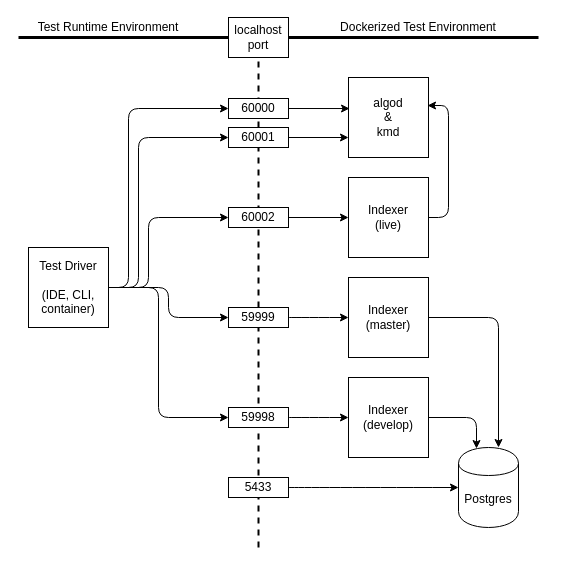
Above: docs/SDK Test Environment.drawio in algorand/algorand-sdk-testing (draw.io), before the change. Source tidied: cells renumbered, new cells numbered last; positions are measured from the earlier drawing's top-left corner, leaving out a move shared by most shapes. Both pictures are drawn from the tidied source at 100%, with x=0, y=0 at pixel (18, 17).
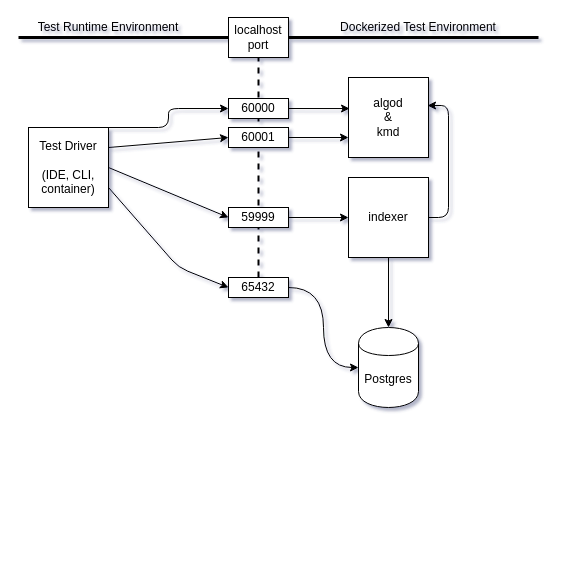
The same diagram, later.

The change refers to these unchanged cells:
```xml
<mxCell id="12" value="60001" style="rounded=0;whiteSpace=wrap;html=1;" parent="1" vertex="1">
  <mxGeometry x="210" y="110" width="60" height="20" as="geometry" />
</mxCell>
<mxCell id="14" value="60000" style="rounded=0;whiteSpace=wrap;html=1;" parent="1" vertex="1">
  <mxGeometry x="210" y="81" width="60" height="20" as="geometry" />
</mxCell>
```

Change to the diagram source:
```diff
@@
-<mxGraphModel>
+<mxGraphModel background="#ffffff" shadow="1">
@@
-    <mxCell id="4" style="endArrow=none;dashed=1;html=1;strokeWidth=2;" parent="1" edge="1">
+    <mxCell id="4" style="endArrow=none;dashed=1;html=1;strokeWidth=2;exitX=0.5;exitY=0;exitDx=0;exitDy=0;" parent="1" edge="1" source="20">
       <mxGeometry relative="1" as="geometry">
-        <mxPoint x="240" y="530" as="sourcePoint" />
         <mxPoint x="240" y="20" as="targetPoint" />
       </mxGeometry>
     </mxCell>
@@
     <mxCell id="6" value="Postgres" style="shape=cylinder;whiteSpace=wrap;html=1;boundedLbl=1;backgroundOutline=1;" parent="1" vertex="1">
-      <mxGeometry x="440" y="430" width="60" height="80" as="geometry" />
+      <mxGeometry x="340" y="310" width="60" height="80" as="geometry" />
     </mxCell>
-    <mxCell id="7" style="edgeStyle=orthogonalEdgeStyle;jettySize=auto;html=1;strokeWidth=1;rounded=1;" parent="1" edge="1" source="8" target="6">
-      <mxGeometry relative="1" as="geometry">
-        <Array as="points">
-          <mxPoint x="480" y="300" />
-        </Array>
-      </mxGeometry>
-    </mxCell>
-    <mxCell id="8" value="Indexer&lt;br&gt;(master)" style="whiteSpace=wrap;html=1;" parent="1" vertex="1">
-      <mxGeometry x="330" y="260" width="80" height="80" as="geometry" />
-    </mxCell>
-    <mxCell id="9" style="edgeStyle=orthogonalEdgeStyle;jettySize=auto;html=1;entryX=0.3;entryY=0.013;entryDx=0;entryDy=0;strokeWidth=1;entryPerimeter=0;rounded=1;" parent="1" edge="1" source="10" target="6">
-      <mxGeometry relative="1" as="geometry" />
-    </mxCell>
-    <mxCell id="10" value="Indexer&lt;br&gt;(develop)" style="whiteSpace=wrap;html=1;" parent="1" vertex="1">
-      <mxGeometry x="330" y="360" width="80" height="80" as="geometry" />
-    </mxCell>
@@
-    <mxCell id="15" style="edgeStyle=orthogonalEdgeStyle;curved=1;jettySize=auto;html=1;entryX=0;entryY=0.5;entryDx=0;entryDy=0;strokeWidth=1;" parent="1" edge="1" source="16" target="8">
-      <mxGeometry relative="1" as="geometry" />
-    </mxCell>
-    <mxCell id="16" value="59999" style="rounded=0;whiteSpace=wrap;html=1;" parent="1" vertex="1">
-      <mxGeometry x="210" y="290" width="60" height="20" as="geometry" />
-    </mxCell>
-    <mxCell id="17" style="edgeStyle=orthogonalEdgeStyle;curved=1;jettySize=auto;html=1;entryX=0;entryY=0.5;entryDx=0;entryDy=0;strokeWidth=1;" parent="1" edge="1" source="18" target="10">
-      <mxGeometry relative="1" as="geometry" />
-    </mxCell>
-    <mxCell id="18" value="59998" style="rounded=0;whiteSpace=wrap;html=1;" parent="1" vertex="1">
-      <mxGeometry x="210" y="390" width="60" height="20" as="geometry" />
-    </mxCell>
@@
-    <mxCell id="20" value="5433" style="rounded=0;whiteSpace=wrap;html=1;" parent="1" vertex="1">
-      <mxGeometry x="210" y="460" width="60" height="20" as="geometry" />
+    <mxCell id="20" value="65432" style="rounded=0;whiteSpace=wrap;html=1;" parent="1" vertex="1">
+      <mxGeometry x="210" y="260" width="60" height="20" as="geometry" />
     </mxCell>
-    <mxCell id="21" style="edgeStyle=orthogonalEdgeStyle;jettySize=auto;html=1;entryX=0;entryY=0.5;entryDx=0;entryDy=0;rounded=1;" parent="1" edge="1" source="26" target="14">
+    <mxCell id="21" style="edgeStyle=none;html=1;exitX=1;exitY=0;exitDx=0;exitDy=0;entryX=0;entryY=0.5;entryDx=0;entryDy=0;" parent="1" edge="1" source="26" target="14">
       <mxGeometry relative="1" as="geometry">
         <Array as="points">
-          <mxPoint x="110" y="270" />
-          <mxPoint x="110" y="91" />
+          <mxPoint x="150" y="110" />
+          <mxPoint x="150" y="91" />
         </Array>
       </mxGeometry>
     </mxCell>
-    <mxCell id="22" style="edgeStyle=orthogonalEdgeStyle;jettySize=auto;html=1;entryX=0;entryY=0.5;entryDx=0;entryDy=0;rounded=1;" parent="1" edge="1" source="26" target="12">
-      <mxGeometry relative="1" as="geometry">
-        <Array as="points">
-          <mxPoint x="120" y="270" />
-          <mxPoint x="120" y="120" />
-        </Array>
-      </mxGeometry>
+    <mxCell id="22" style="edgeStyle=none;html=1;exitX=1;exitY=0.25;exitDx=0;exitDy=0;entryX=0;entryY=0.5;entryDx=0;entryDy=0;" parent="1" edge="1" source="26" target="12">
+      <mxGeometry relative="1" as="geometry" />
     </mxCell>
-    <mxCell id="23" style="edgeStyle=orthogonalEdgeStyle;jettySize=auto;html=1;entryX=0;entryY=0.5;entryDx=0;entryDy=0;rounded=1;" parent="1" edge="1" source="26" target="31">
-      <mxGeometry relative="1" as="geometry">
-        <Array as="points">
-          <mxPoint x="130" y="270" />
-          <mxPoint x="130" y="200" />
-        </Array>
-      </mxGeometry>
+    <mxCell id="23" style="edgeStyle=none;html=1;exitX=1;exitY=0.5;exitDx=0;exitDy=0;entryX=0;entryY=0.5;entryDx=0;entryDy=0;" parent="1" edge="1" source="26" target="31">
+      <mxGeometry relative="1" as="geometry" />
     </mxCell>
-    <mxCell id="24" style="edgeStyle=orthogonalEdgeStyle;jettySize=auto;html=1;entryX=0;entryY=0.5;entryDx=0;entryDy=0;rounded=1;" parent="1" edge="1" source="26" target="16">
-      <mxGeometry relative="1" as="geometry">
-        <Array as="points">
-          <mxPoint x="150" y="270" />
-          <mxPoint x="150" y="300" />
-        </Array>
-      </mxGeometry>
-    </mxCell>
-    <mxCell id="25" style="edgeStyle=orthogonalEdgeStyle;jettySize=auto;html=1;entryX=0;entryY=0.5;entryDx=0;entryDy=0;rounded=1;" parent="1" edge="1" source="26" target="18">
-      <mxGeometry relative="1" as="geometry">
-        <Array as="points">
-          <mxPoint x="140" y="270" />
-          <mxPoint x="140" y="400" />
-        </Array>
-      </mxGeometry>
-    </mxCell>
+    <mxCell id="34" style="edgeStyle=none;html=1;exitX=1;exitY=0.75;exitDx=0;exitDy=0;entryX=0;entryY=0.5;entryDx=0;entryDy=0;" parent="1" edge="1" source="26" target="20">
+      <mxGeometry relative="1" as="geometry">
+        <Array as="points">
+          <mxPoint x="160" y="250" />
+        </Array>
+      </mxGeometry>
+    </mxCell>
     <mxCell id="26" value="Test Driver&lt;br&gt;&lt;br&gt;(IDE, CLI, container)" style="whiteSpace=wrap;html=1;" parent="1" vertex="1">
-      <mxGeometry x="10" y="230" width="80" height="80" as="geometry" />
+      <mxGeometry x="10" y="110" width="80" height="80" as="geometry" />
     </mxCell>
@@
-    <mxCell id="31" value="60002" style="rounded=0;whiteSpace=wrap;html=1;" parent="1" vertex="1">
+    <mxCell id="31" value="59999" style="rounded=0;whiteSpace=wrap;html=1;" parent="1" vertex="1">
       <mxGeometry x="210" y="190" width="60" height="20" as="geometry" />
     </mxCell>
@@
+    <mxCell id="35" style="edgeStyle=none;html=1;exitX=0.5;exitY=1;exitDx=0;exitDy=0;entryX=0.5;entryY=0;entryDx=0;entryDy=0;" parent="1" edge="1" source="33" target="6">
+      <mxGeometry relative="1" as="geometry" />
+    </mxCell>
-    <mxCell id="33" value="Indexer&lt;br&gt;(live)" style="whiteSpace=wrap;html=1;" parent="1" vertex="1">
+    <mxCell id="33" value="indexer" style="whiteSpace=wrap;html=1;" parent="1" vertex="1">
       <mxGeometry x="330" y="160" width="80" height="80" as="geometry" />
     </mxCell>
```
